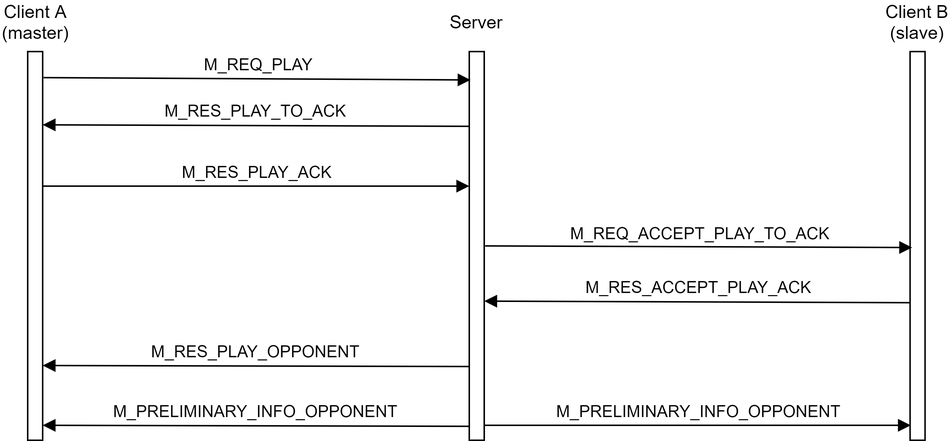
Before: documents/protocol_diagrams/cs_req_to_play.png, a diagram exported from draw.io (marcopettorali/cybersec). Source tidied: cells renumbered, new cells last; positions are measured from the earlier drawing's top-left corner, leaving out a move shared by most shapes. Its diagram source:
```xml
<mxGraphModel>
  <root>
    <mxCell id="0" />
    <mxCell id="1" parent="0" />
    <mxCell id="2" style="rounded=0;whiteSpace=wrap;html=1;" parent="1" vertex="1">
      <mxGeometry x="18" y="30" width="10" height="260" as="geometry" />
    </mxCell>
    <mxCell id="3" value="Client A (master)" style="text;html=1;strokeColor=none;fillColor=none;align=center;verticalAlign=middle;whiteSpace=wrap;rounded=0;" parent="1" vertex="1">
      <mxGeometry x="0.5" width="45" height="20" as="geometry" />
    </mxCell>
    <mxCell id="4" style="rounded=0;whiteSpace=wrap;html=1;" parent="1" vertex="1">
      <mxGeometry x="313" y="30" width="10" height="260" as="geometry" />
    </mxCell>
    <mxCell id="5" value="Server" style="text;html=1;strokeColor=none;fillColor=none;align=center;verticalAlign=middle;whiteSpace=wrap;rounded=0;" parent="1" vertex="1">
      <mxGeometry x="298" width="40" height="20" as="geometry" />
    </mxCell>
    <mxCell id="6" value="M_REQ_PLAY" style="html=1;verticalAlign=bottom;endArrow=block;exitX=1.062;exitY=0.067;exitDx=0;exitDy=0;entryX=0.086;entryY=0.073;entryDx=0;entryDy=0;entryPerimeter=0;exitPerimeter=0;" parent="1" edge="1" source="2" target="4">
      <mxGeometry relative="1" as="geometry" />
    </mxCell>
    <mxCell id="7" value="M_RES_PLAY_TO_ACK" style="html=1;verticalAlign=bottom;endArrow=block;" parent="1" edge="1">
      <mxGeometry relative="1" as="geometry">
        <mxPoint x="313" y="80" as="sourcePoint" />
        <mxPoint x="28" y="79" as="targetPoint" />
      </mxGeometry>
    </mxCell>
    <mxCell id="8" value="M_RES_PLAY_ACK" style="html=1;verticalAlign=bottom;endArrow=block;exitX=1;exitY=0.25;exitDx=0;exitDy=0;entryX=0;entryY=0.25;entryDx=0;entryDy=0;" parent="1" edge="1">
      <mxGeometry relative="1" as="geometry">
        <mxPoint x="28" y="120" as="sourcePoint" />
        <mxPoint x="313" y="120" as="targetPoint" />
      </mxGeometry>
    </mxCell>
    <mxCell id="9" value="M_RES_PLAY_OPPONENT" style="html=1;verticalAlign=bottom;endArrow=block;exitX=0.038;exitY=0.374;exitDx=0;exitDy=0;exitPerimeter=0;" parent="1" edge="1">
      <mxGeometry relative="1" as="geometry">
        <mxPoint x="313.4" y="240.7" as="sourcePoint" />
        <mxPoint x="28" y="240" as="targetPoint" />
      </mxGeometry>
    </mxCell>
    <mxCell id="10" value="M_PRELIMINARY_INFO_OPPONENT" style="html=1;verticalAlign=bottom;endArrow=block;exitX=1;exitY=0.25;exitDx=0;exitDy=0;entryX=0;entryY=0.25;entryDx=0;entryDy=0;" parent="1" edge="1">
      <mxGeometry relative="1" as="geometry">
        <mxPoint x="323" y="280" as="sourcePoint" />
        <mxPoint x="608" y="280" as="targetPoint" />
      </mxGeometry>
    </mxCell>
    <mxCell id="11" style="rounded=0;whiteSpace=wrap;html=1;" parent="1" vertex="1">
      <mxGeometry x="607.5" y="30" width="10" height="260" as="geometry" />
    </mxCell>
    <mxCell id="12" value="Client B (slave)" style="text;html=1;strokeColor=none;fillColor=none;align=center;verticalAlign=middle;whiteSpace=wrap;rounded=0;" parent="1" vertex="1">
      <mxGeometry x="590" width="45" height="20" as="geometry" />
    </mxCell>
    <mxCell id="13" value="M_REQ_ACCEPT_PLAY_TO_ACK" style="html=1;verticalAlign=bottom;endArrow=block;exitX=1.062;exitY=0.067;exitDx=0;exitDy=0;entryX=0.086;entryY=0.073;entryDx=0;entryDy=0;entryPerimeter=0;exitPerimeter=0;" parent="1" edge="1">
      <mxGeometry relative="1" as="geometry">
        <mxPoint x="323.6" y="160" as="sourcePoint" />
        <mxPoint x="608.9" y="161.1" as="targetPoint" />
      </mxGeometry>
    </mxCell>
    <mxCell id="14" value="M_RES_ACCEPT_PLAY_ACK" style="html=1;verticalAlign=bottom;endArrow=block;exitX=-0.02;exitY=0.278;exitDx=0;exitDy=0;exitPerimeter=0;" parent="1" edge="1">
      <mxGeometry relative="1" as="geometry">
        <mxPoint x="607.8" y="198" as="sourcePoint" />
        <mxPoint x="323" y="196.9" as="targetPoint" />
      </mxGeometry>
    </mxCell>
    <mxCell id="15" value="M_PRELIMINARY_INFO_OPPONENT" style="html=1;verticalAlign=bottom;endArrow=block;exitX=0.038;exitY=0.374;exitDx=0;exitDy=0;exitPerimeter=0;" parent="1" edge="1">
      <mxGeometry relative="1" as="geometry">
        <mxPoint x="313.4" y="280.7" as="sourcePoint" />
        <mxPoint x="28" y="280" as="targetPoint" />
      </mxGeometry>
    </mxCell>
  </root>
</mxGraphModel>
```
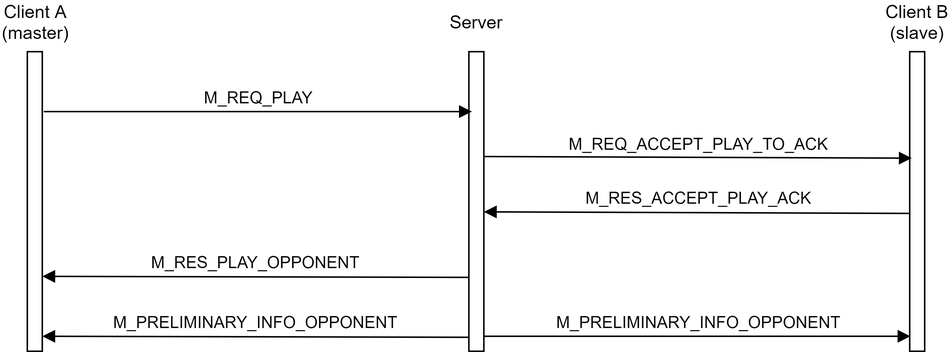
The same diagram one commit later.

What changed in the source:
```diff
@@ -3,67 +3,55 @@
     <mxCell id="0" />
     <mxCell id="1" parent="0" />
     <mxCell id="2" style="rounded=0;whiteSpace=wrap;html=1;" parent="1" vertex="1">
-      <mxGeometry x="18" y="30" width="10" height="260" as="geometry" />
+      <mxGeometry x="17.8" y="50" width="10" height="200" as="geometry" />
     </mxCell>
     <mxCell id="3" value="Client A (master)" style="text;html=1;strokeColor=none;fillColor=none;align=center;verticalAlign=middle;whiteSpace=wrap;rounded=0;" parent="1" vertex="1">
-      <mxGeometry x="0.5" width="45" height="20" as="geometry" />
+      <mxGeometry x="0.5" y="20" width="45" height="20" as="geometry" />
     </mxCell>
     <mxCell id="4" style="rounded=0;whiteSpace=wrap;html=1;" parent="1" vertex="1">
-      <mxGeometry x="313" y="30" width="10" height="260" as="geometry" />
+      <mxGeometry x="312.8" y="50" width="10" height="200" as="geometry" />
     </mxCell>
     <mxCell id="5" value="Server" style="text;html=1;strokeColor=none;fillColor=none;align=center;verticalAlign=middle;whiteSpace=wrap;rounded=0;" parent="1" vertex="1">
-      <mxGeometry x="298" width="40" height="20" as="geometry" />
+      <mxGeometry x="298" y="20" width="40" height="20" as="geometry" />
     </mxCell>
-    <mxCell id="6" value="M_REQ_PLAY" style="html=1;verticalAlign=bottom;endArrow=block;exitX=1.062;exitY=0.067;exitDx=0;exitDy=0;entryX=0.086;entryY=0.073;entryDx=0;entryDy=0;entryPerimeter=0;exitPerimeter=0;" parent="1" edge="1" source="2" target="4">
+    <mxCell id="6" value="M_REQ_PLAY" style="html=1;verticalAlign=bottom;endArrow=block;exitX=1.1;exitY=0.2;exitDx=0;exitDy=0;entryX=0.2;entryY=0.2;entryDx=0;entryDy=0;entryPerimeter=0;exitPerimeter=0;" parent="1" edge="1" source="2" target="4">
       <mxGeometry relative="1" as="geometry" />
     </mxCell>
-    <mxCell id="7" value="M_RES_PLAY_TO_ACK" style="html=1;verticalAlign=bottom;endArrow=block;" parent="1" edge="1">
+    <mxCell id="7" value="M_RES_PLAY_OPPONENT" style="html=1;verticalAlign=bottom;endArrow=block;exitX=0.038;exitY=0.374;exitDx=0;exitDy=0;exitPerimeter=0;" parent="1" edge="1">
       <mxGeometry relative="1" as="geometry">
-        <mxPoint x="313" y="80" as="sourcePoint" />
-        <mxPoint x="28" y="79" as="targetPoint" />
+        <mxPoint x="313.1" y="200.7" as="sourcePoint" />
+        <mxPoint x="27.8" y="200" as="targetPoint" />
       </mxGeometry>
     </mxCell>
-    <mxCell id="8" value="M_RES_PLAY_ACK" style="html=1;verticalAlign=bottom;endArrow=block;exitX=1;exitY=0.25;exitDx=0;exitDy=0;entryX=0;entryY=0.25;entryDx=0;entryDy=0;" parent="1" edge="1">
+    <mxCell id="8" value="M_PRELIMINARY_INFO_OPPONENT" style="html=1;verticalAlign=bottom;endArrow=block;exitX=1;exitY=0.25;exitDx=0;exitDy=0;entryX=0;entryY=0.25;entryDx=0;entryDy=0;" parent="1" edge="1">
       <mxGeometry relative="1" as="geometry">
-        <mxPoint x="28" y="120" as="sourcePoint" />
-        <mxPoint x="313" y="120" as="targetPoint" />
+        <mxPoint x="322.8" y="240" as="sourcePoint" />
+        <mxPoint x="607.8" y="240" as="targetPoint" />
       </mxGeometry>
     </mxCell>
-    <mxCell id="9" value="M_RES_PLAY_OPPONENT" style="html=1;verticalAlign=bottom;endArrow=block;exitX=0.038;exitY=0.374;exitDx=0;exitDy=0;exitPerimeter=0;" parent="1" edge="1">
-      <mxGeometry relative="1" as="geometry">
-        <mxPoint x="313.4" y="240.7" as="sourcePoint" />
-        <mxPoint x="28" y="240" as="targetPoint" />
-      </mxGeometry>
+    <mxCell id="9" style="rounded=0;whiteSpace=wrap;html=1;" parent="1" vertex="1">
+      <mxGeometry x="607.2" y="50" width="10" height="200" as="geometry" />
     </mxCell>
-    <mxCell id="10" value="M_PRELIMINARY_INFO_OPPONENT" style="html=1;verticalAlign=bottom;endArrow=block;exitX=1;exitY=0.25;exitDx=0;exitDy=0;entryX=0;entryY=0.25;entryDx=0;entryDy=0;" parent="1" edge="1">
-      <mxGeometry relative="1" as="geometry">
-        <mxPoint x="323" y="280" as="sourcePoint" />
-        <mxPoint x="608" y="280" as="targetPoint" />
-      </mxGeometry>
+    <mxCell id="10" value="Client B (slave)" style="text;html=1;strokeColor=none;fillColor=none;align=center;verticalAlign=middle;whiteSpace=wrap;rounded=0;" parent="1" vertex="1">
+      <mxGeometry x="590" y="20" width="45" height="20" as="geometry" />
     </mxCell>
-    <mxCell id="11" style="rounded=0;whiteSpace=wrap;html=1;" parent="1" vertex="1">
-      <mxGeometry x="607.5" y="30" width="10" height="260" as="geometry" />
+    <mxCell id="11" value="M_REQ_ACCEPT_PLAY_TO_ACK" style="html=1;verticalAlign=bottom;endArrow=block;exitX=1.062;exitY=0.067;exitDx=0;exitDy=0;entryX=0.086;entryY=0.073;entryDx=0;entryDy=0;entryPerimeter=0;exitPerimeter=0;" parent="1" edge="1">
+      <mxGeometry relative="1" as="geometry">
+        <mxPoint x="323.4" y="120" as="sourcePoint" />
+        <mxPoint x="608.6" y="121.1" as="targetPoint" />
+      </mxGeometry>
     </mxCell>
-    <mxCell id="12" value="Client B (slave)" style="text;html=1;strokeColor=none;fillColor=none;align=center;verticalAlign=middle;whiteSpace=wrap;rounded=0;" parent="1" vertex="1">
-      <mxGeometry x="590" width="45" height="20" as="geometry" />
+    <mxCell id="12" value="M_RES_ACCEPT_PLAY_ACK" style="html=1;verticalAlign=bottom;endArrow=block;exitX=-0.02;exitY=0.278;exitDx=0;exitDy=0;exitPerimeter=0;" parent="1" edge="1">
+      <mxGeometry relative="1" as="geometry">
+        <mxPoint x="607.6" y="158" as="sourcePoint" />
+        <mxPoint x="322.8" y="156.9" as="targetPoint" />
+      </mxGeometry>
     </mxCell>
-    <mxCell id="13" value="M_REQ_ACCEPT_PLAY_TO_ACK" style="html=1;verticalAlign=bottom;endArrow=block;exitX=1.062;exitY=0.067;exitDx=0;exitDy=0;entryX=0.086;entryY=0.073;entryDx=0;entryDy=0;entryPerimeter=0;exitPerimeter=0;" parent="1" edge="1">
+    <mxCell id="13" value="M_PRELIMINARY_INFO_OPPONENT" style="html=1;verticalAlign=bottom;endArrow=block;exitX=0.038;exitY=0.374;exitDx=0;exitDy=0;exitPerimeter=0;" parent="1" edge="1">
       <mxGeometry relative="1" as="geometry">
-        <mxPoint x="323.6" y="160" as="sourcePoint" />
-        <mxPoint x="608.9" y="161.1" as="targetPoint" />
+        <mxPoint x="313.1" y="240.7" as="sourcePoint" />
+        <mxPoint x="27.8" y="240" as="targetPoint" />
       </mxGeometry>
     </mxCell>
-    <mxCell id="14" value="M_RES_ACCEPT_PLAY_ACK" style="html=1;verticalAlign=bottom;endArrow=block;exitX=-0.02;exitY=0.278;exitDx=0;exitDy=0;exitPerimeter=0;" parent="1" edge="1">
-      <mxGeometry relative="1" as="geometry">
-        <mxPoint x="607.8" y="198" as="sourcePoint" />
-        <mxPoint x="323" y="196.9" as="targetPoint" />
-      </mxGeometry>
-    </mxCell>
-    <mxCell id="15" value="M_PRELIMINARY_INFO_OPPONENT" style="html=1;verticalAlign=bottom;endArrow=block;exitX=0.038;exitY=0.374;exitDx=0;exitDy=0;exitPerimeter=0;" parent="1" edge="1">
-      <mxGeometry relative="1" as="geometry">
-        <mxPoint x="313.4" y="280.7" as="sourcePoint" />
-        <mxPoint x="28" y="280" as="targetPoint" />
-      </mxGeometry>
-    </mxCell>
   </root>
 </mxGraphModel>
```
